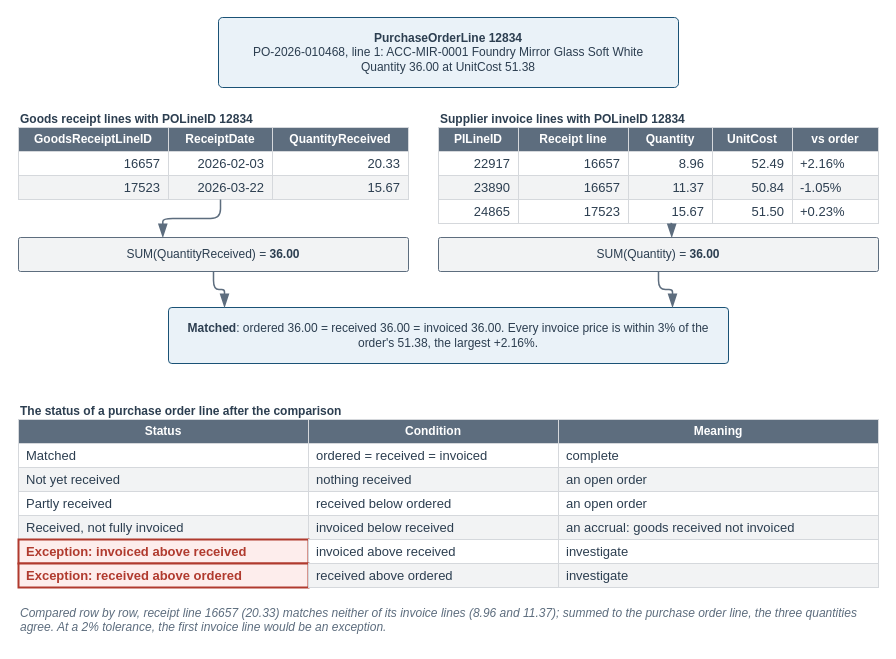
The draw.io diagram visuals/src/fig-12-04-three-way-match.drawio in mmcodesso/Accounting_Analytics_Book, before the edit. Source tidied: cells renumbered, new cells numbered last; positions are measured from the earlier drawing's top-left corner, leaving out a move shared by most shapes. Both pictures are drawn from the tidied source at 100%, with x=0, y=0 at pixel (18, 17).
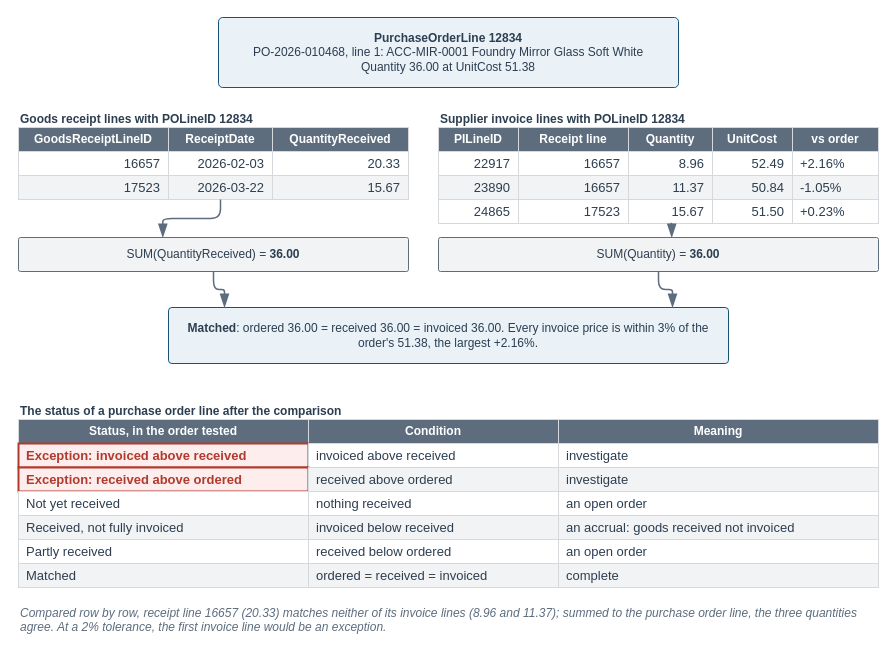
Above is the later version.

What changed in the source:
```diff
@@
-    <mxCell id="43" value="&lt;b&gt;Status&lt;/b&gt;" style="rounded=0;arcSize=6;whiteSpace=wrap;html=1;fillColor=#5D6D7E;strokeColor=#D5D8DC;strokeWidth=1;fontColor=#FFFFFF;fontSize=12;fontStyle=0;align=center;verticalAlign=middle;fontFamily=Helvetica;spacingLeft=6;spacingRight=6;" parent="1" vertex="1">
+    <mxCell id="43" value="&lt;b&gt;Status, in the order tested&lt;/b&gt;" style="rounded=0;arcSize=6;whiteSpace=wrap;html=1;fillColor=#5D6D7E;strokeColor=#D5D8DC;strokeWidth=1;fontColor=#FFFFFF;fontSize=12;fontStyle=0;align=center;verticalAlign=middle;fontFamily=Helvetica;spacingLeft=6;spacingRight=6;" parent="1" vertex="1">
       <mxGeometry y="402" width="290" height="24" as="geometry" />
     </mxCell>
@@
-    <mxCell id="46" value="Matched" style="rounded=0;arcSize=6;whiteSpace=wrap;html=1;fillColor=#FFFFFF;strokeColor=#D5D8DC;strokeWidth=1;fontColor=#2C3E50;fontSize=13;fontStyle=0;align=left;verticalAlign=middle;fontFamily=Helvetica;spacingLeft=6;spacingRight=6;" parent="1" vertex="1">
+    <mxCell id="46" value="&lt;b&gt;Exception: invoiced above received&lt;/b&gt;" style="rounded=0;arcSize=6;whiteSpace=wrap;html=1;fillColor=#FDEDEC;strokeColor=#B03A2E;strokeWidth=2;fontColor=#B03A2E;fontSize=13;fontStyle=0;align=left;verticalAlign=middle;fontFamily=Helvetica;spacingLeft=6;spacingRight=6;" parent="1" vertex="1">
       <mxGeometry y="426" width="290" height="24" as="geometry" />
     </mxCell>
-    <mxCell id="47" value="ordered = received = invoiced" style="rounded=0;arcSize=6;whiteSpace=wrap;html=1;fillColor=#FFFFFF;strokeColor=#D5D8DC;strokeWidth=1;fontColor=#2C3E50;fontSize=13;fontStyle=0;align=left;verticalAlign=middle;fontFamily=Helvetica;spacingLeft=6;spacingRight=6;" parent="1" vertex="1">
+    <mxCell id="47" value="invoiced above received" style="rounded=0;arcSize=6;whiteSpace=wrap;html=1;fillColor=#FFFFFF;strokeColor=#D5D8DC;strokeWidth=1;fontColor=#2C3E50;fontSize=13;fontStyle=0;align=left;verticalAlign=middle;fontFamily=Helvetica;spacingLeft=6;spacingRight=6;" parent="1" vertex="1">
       <mxGeometry x="290" y="426" width="250" height="24" as="geometry" />
     </mxCell>
-    <mxCell id="48" value="complete" style="rounded=0;arcSize=6;whiteSpace=wrap;html=1;fillColor=#FFFFFF;strokeColor=#D5D8DC;strokeWidth=1;fontColor=#2C3E50;fontSize=13;fontStyle=0;align=left;verticalAlign=middle;fontFamily=Helvetica;spacingLeft=6;spacingRight=6;" parent="1" vertex="1">
+    <mxCell id="48" value="investigate" style="rounded=0;arcSize=6;whiteSpace=wrap;html=1;fillColor=#FFFFFF;strokeColor=#D5D8DC;strokeWidth=1;fontColor=#2C3E50;fontSize=13;fontStyle=0;align=left;verticalAlign=middle;fontFamily=Helvetica;spacingLeft=6;spacingRight=6;" parent="1" vertex="1">
       <mxGeometry x="540" y="426" width="320" height="24" as="geometry" />
     </mxCell>
-    <mxCell id="49" value="Not yet received" style="rounded=0;arcSize=6;whiteSpace=wrap;html=1;fillColor=#F2F3F4;strokeColor=#D5D8DC;strokeWidth=1;fontColor=#2C3E50;fontSize=13;fontStyle=0;align=left;verticalAlign=middle;fontFamily=Helvetica;spacingLeft=6;spacingRight=6;" parent="1" vertex="1">
+    <mxCell id="49" value="&lt;b&gt;Exception: received above ordered&lt;/b&gt;" style="rounded=0;arcSize=6;whiteSpace=wrap;html=1;fillColor=#FDEDEC;strokeColor=#B03A2E;strokeWidth=2;fontColor=#B03A2E;fontSize=13;fontStyle=0;align=left;verticalAlign=middle;fontFamily=Helvetica;spacingLeft=6;spacingRight=6;" parent="1" vertex="1">
       <mxGeometry y="450" width="290" height="24" as="geometry" />
     </mxCell>
-    <mxCell id="50" value="nothing received" style="rounded=0;arcSize=6;whiteSpace=wrap;html=1;fillColor=#F2F3F4;strokeColor=#D5D8DC;strokeWidth=1;fontColor=#2C3E50;fontSize=13;fontStyle=0;align=left;verticalAlign=middle;fontFamily=Helvetica;spacingLeft=6;spacingRight=6;" parent="1" vertex="1">
+    <mxCell id="50" value="received above ordered" style="rounded=0;arcSize=6;whiteSpace=wrap;html=1;fillColor=#F2F3F4;strokeColor=#D5D8DC;strokeWidth=1;fontColor=#2C3E50;fontSize=13;fontStyle=0;align=left;verticalAlign=middle;fontFamily=Helvetica;spacingLeft=6;spacingRight=6;" parent="1" vertex="1">
       <mxGeometry x="290" y="450" width="250" height="24" as="geometry" />
     </mxCell>
-    <mxCell id="51" value="an open order" style="rounded=0;arcSize=6;whiteSpace=wrap;html=1;fillColor=#F2F3F4;strokeColor=#D5D8DC;strokeWidth=1;fontColor=#2C3E50;fontSize=13;fontStyle=0;align=left;verticalAlign=middle;fontFamily=Helvetica;spacingLeft=6;spacingRight=6;" parent="1" vertex="1">
+    <mxCell id="51" value="investigate" style="rounded=0;arcSize=6;whiteSpace=wrap;html=1;fillColor=#F2F3F4;strokeColor=#D5D8DC;strokeWidth=1;fontColor=#2C3E50;fontSize=13;fontStyle=0;align=left;verticalAlign=middle;fontFamily=Helvetica;spacingLeft=6;spacingRight=6;" parent="1" vertex="1">
       <mxGeometry x="540" y="450" width="320" height="24" as="geometry" />
     </mxCell>
-    <mxCell id="52" value="Partly received" style="rounded=0;arcSize=6;whiteSpace=wrap;html=1;fillColor=#FFFFFF;strokeColor=#D5D8DC;strokeWidth=1;fontColor=#2C3E50;fontSize=13;fontStyle=0;align=left;verticalAlign=middle;fontFamily=Helvetica;spacingLeft=6;spacingRight=6;" parent="1" vertex="1">
+    <mxCell id="52" value="Not yet received" style="rounded=0;arcSize=6;whiteSpace=wrap;html=1;fillColor=#FFFFFF;strokeColor=#D5D8DC;strokeWidth=1;fontColor=#2C3E50;fontSize=13;fontStyle=0;align=left;verticalAlign=middle;fontFamily=Helvetica;spacingLeft=6;spacingRight=6;" parent="1" vertex="1">
       <mxGeometry y="474" width="290" height="24" as="geometry" />
     </mxCell>
-    <mxCell id="53" value="received below ordered" style="rounded=0;arcSize=6;whiteSpace=wrap;html=1;fillColor=#FFFFFF;strokeColor=#D5D8DC;strokeWidth=1;fontColor=#2C3E50;fontSize=13;fontStyle=0;align=left;verticalAlign=middle;fontFamily=Helvetica;spacingLeft=6;spacingRight=6;" parent="1" vertex="1">
+    <mxCell id="53" value="nothing received" style="rounded=0;arcSize=6;whiteSpace=wrap;html=1;fillColor=#FFFFFF;strokeColor=#D5D8DC;strokeWidth=1;fontColor=#2C3E50;fontSize=13;fontStyle=0;align=left;verticalAlign=middle;fontFamily=Helvetica;spacingLeft=6;spacingRight=6;" parent="1" vertex="1">
       <mxGeometry x="290" y="474" width="250" height="24" as="geometry" />
     </mxCell>
@@
-    <mxCell id="58" value="&lt;b&gt;Exception: invoiced above received&lt;/b&gt;" style="rounded=0;arcSize=6;whiteSpace=wrap;html=1;fillColor=#FDEDEC;strokeColor=#B03A2E;strokeWidth=2;fontColor=#B03A2E;fontSize=13;fontStyle=0;align=left;verticalAlign=middle;fontFamily=Helvetica;spacingLeft=6;spacingRight=6;" parent="1" vertex="1">
+    <mxCell id="58" value="Partly received" style="rounded=0;arcSize=6;whiteSpace=wrap;html=1;fillColor=#FFFFFF;strokeColor=#D5D8DC;strokeWidth=1;fontColor=#2C3E50;fontSize=13;fontStyle=0;align=left;verticalAlign=middle;fontFamily=Helvetica;spacingLeft=6;spacingRight=6;" parent="1" vertex="1">
       <mxGeometry y="522" width="290" height="24" as="geometry" />
     </mxCell>
-    <mxCell id="59" value="invoiced above received" style="rounded=0;arcSize=6;whiteSpace=wrap;html=1;fillColor=#FFFFFF;strokeColor=#D5D8DC;strokeWidth=1;fontColor=#2C3E50;fontSize=13;fontStyle=0;align=left;verticalAlign=middle;fontFamily=Helvetica;spacingLeft=6;spacingRight=6;" parent="1" vertex="1">
+    <mxCell id="59" value="received below ordered" style="rounded=0;arcSize=6;whiteSpace=wrap;html=1;fillColor=#FFFFFF;strokeColor=#D5D8DC;strokeWidth=1;fontColor=#2C3E50;fontSize=13;fontStyle=0;align=left;verticalAlign=middle;fontFamily=Helvetica;spacingLeft=6;spacingRight=6;" parent="1" vertex="1">
       <mxGeometry x="290" y="522" width="250" height="24" as="geometry" />
     </mxCell>
-    <mxCell id="60" value="investigate" style="rounded=0;arcSize=6;whiteSpace=wrap;html=1;fillColor=#FFFFFF;strokeColor=#D5D8DC;strokeWidth=1;fontColor=#2C3E50;fontSize=13;fontStyle=0;align=left;verticalAlign=middle;fontFamily=Helvetica;spacingLeft=6;spacingRight=6;" parent="1" vertex="1">
+    <mxCell id="60" value="an open order" style="rounded=0;arcSize=6;whiteSpace=wrap;html=1;fillColor=#FFFFFF;strokeColor=#D5D8DC;strokeWidth=1;fontColor=#2C3E50;fontSize=13;fontStyle=0;align=left;verticalAlign=middle;fontFamily=Helvetica;spacingLeft=6;spacingRight=6;" parent="1" vertex="1">
       <mxGeometry x="540" y="522" width="320" height="24" as="geometry" />
     </mxCell>
-    <mxCell id="61" value="&lt;b&gt;Exception: received above ordered&lt;/b&gt;" style="rounded=0;arcSize=6;whiteSpace=wrap;html=1;fillColor=#FDEDEC;strokeColor=#B03A2E;strokeWidth=2;fontColor=#B03A2E;fontSize=13;fontStyle=0;align=left;verticalAlign=middle;fontFamily=Helvetica;spacingLeft=6;spacingRight=6;" parent="1" vertex="1">
+    <mxCell id="61" value="Matched" style="rounded=0;arcSize=6;whiteSpace=wrap;html=1;fillColor=#F2F3F4;strokeColor=#D5D8DC;strokeWidth=1;fontColor=#2C3E50;fontSize=13;fontStyle=0;align=left;verticalAlign=middle;fontFamily=Helvetica;spacingLeft=6;spacingRight=6;" parent="1" vertex="1">
       <mxGeometry y="546" width="290" height="24" as="geometry" />
     </mxCell>
-    <mxCell id="62" value="received above ordered" style="rounded=0;arcSize=6;whiteSpace=wrap;html=1;fillColor=#F2F3F4;strokeColor=#D5D8DC;strokeWidth=1;fontColor=#2C3E50;fontSize=13;fontStyle=0;align=left;verticalAlign=middle;fontFamily=Helvetica;spacingLeft=6;spacingRight=6;" parent="1" vertex="1">
+    <mxCell id="62" value="ordered = received = invoiced" style="rounded=0;arcSize=6;whiteSpace=wrap;html=1;fillColor=#F2F3F4;strokeColor=#D5D8DC;strokeWidth=1;fontColor=#2C3E50;fontSize=13;fontStyle=0;align=left;verticalAlign=middle;fontFamily=Helvetica;spacingLeft=6;spacingRight=6;" parent="1" vertex="1">
       <mxGeometry x="290" y="546" width="250" height="24" as="geometry" />
     </mxCell>
-    <mxCell id="63" value="investigate" style="rounded=0;arcSize=6;whiteSpace=wrap;html=1;fillColor=#F2F3F4;strokeColor=#D5D8DC;strokeWidth=1;fontColor=#2C3E50;fontSize=13;fontStyle=0;align=left;verticalAlign=middle;fontFamily=Helvetica;spacingLeft=6;spacingRight=6;" parent="1" vertex="1">
+    <mxCell id="63" value="complete" style="rounded=0;arcSize=6;whiteSpace=wrap;html=1;fillColor=#F2F3F4;strokeColor=#D5D8DC;strokeWidth=1;fontColor=#2C3E50;fontSize=13;fontStyle=0;align=left;verticalAlign=middle;fontFamily=Helvetica;spacingLeft=6;spacingRight=6;" parent="1" vertex="1">
       <mxGeometry x="540" y="546" width="320" height="24" as="geometry" />
     </mxCell>
```
